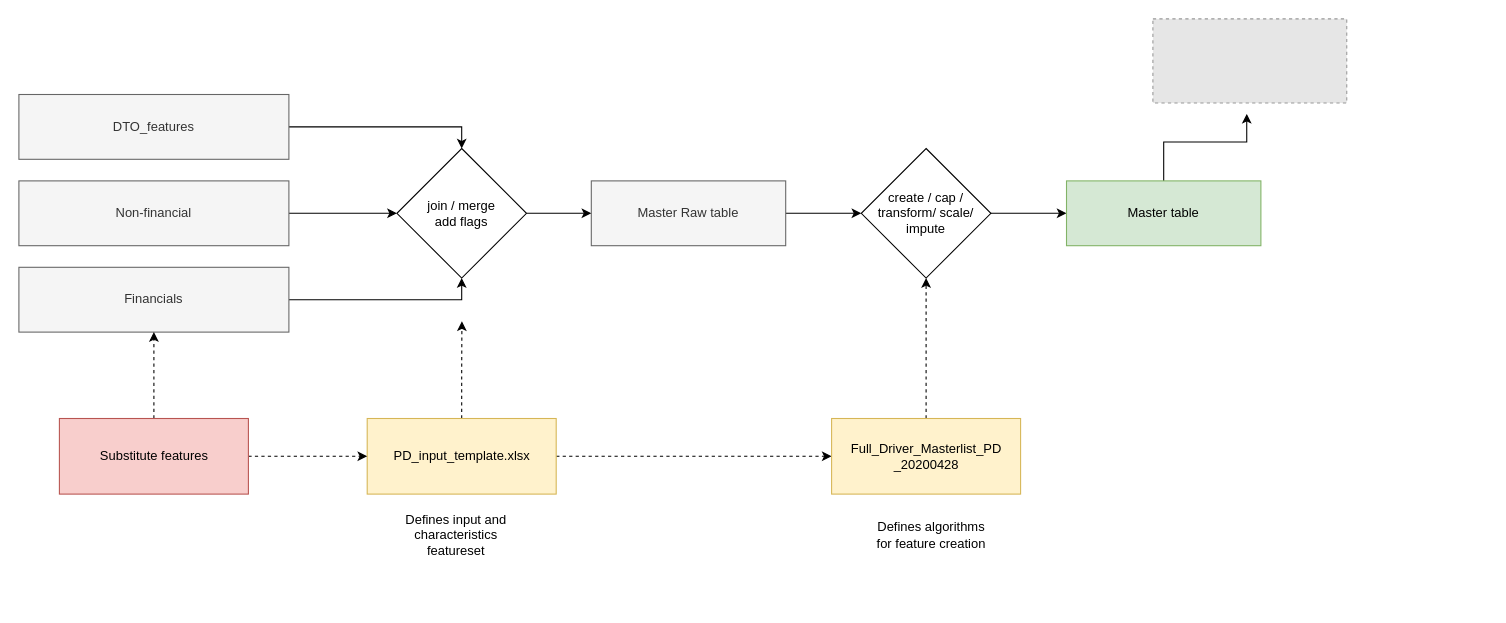
Above: capital_feasibility_flow.drawio in mhux2000/100-pandas-puzzles (draw.io), before the change. Source tidied: cells renumbered, new cells numbered last; positions are measured from the earlier drawing's top-left corner, leaving out a move shared by most shapes. Both pictures are drawn from the tidied source at 108%, with x=0, y=0 at pixel (18, 18). Pictures stored in the file or linked from it are replaced by grey dashed boxes.
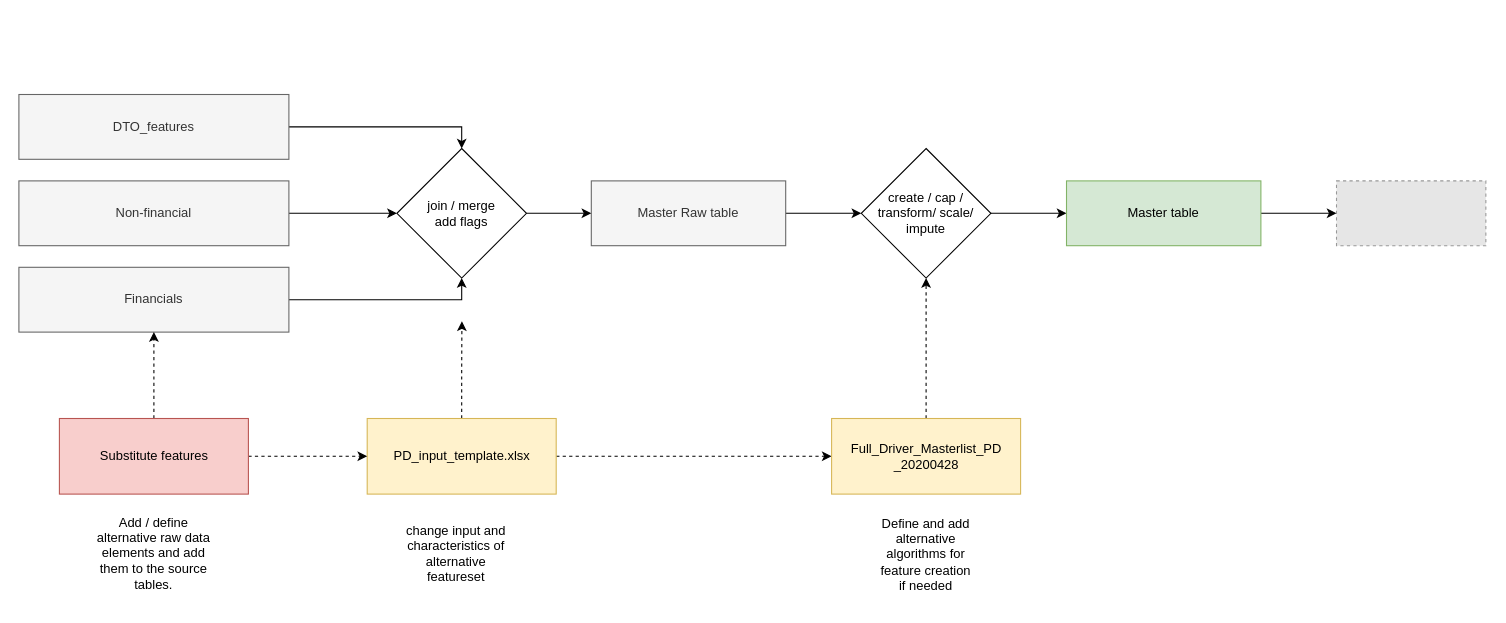
The same diagram, later.

The change refers to these unchanged cells:
```xml
<mxCell id="25" value="Master table" style="rounded=0;whiteSpace=wrap;html=1;fillColor=#d5e8d4;strokeColor=#82b366;" parent="1" vertex="1">
  <mxGeometry x="970" y="150" width="180" height="60" as="geometry" />
</mxCell>
```

Diff of the diagram source:
```diff
@@
-    <mxCell id="20" value="Defines input and characteristics featureset" style="text;html=1;strokeColor=none;fillColor=none;align=center;verticalAlign=middle;whiteSpace=wrap;rounded=0;" parent="1" vertex="1">
-      <mxGeometry x="350" y="450" width="110" height="55" as="geometry" />
+    <mxCell id="20" value="change input and characteristics of alternative featureset" style="text;html=1;strokeColor=none;fillColor=none;align=center;verticalAlign=middle;whiteSpace=wrap;rounded=0;" parent="1" vertex="1">
+      <mxGeometry x="350" y="460" width="110" height="70" as="geometry" />
     </mxCell>
-    <mxCell id="21" value="Defines algorithms for feature creation" style="text;html=1;strokeColor=none;fillColor=none;align=center;verticalAlign=middle;whiteSpace=wrap;rounded=0;" parent="1" vertex="1">
-      <mxGeometry x="790" y="450" width="110" height="55" as="geometry" />
+    <mxCell id="21" value="Define and add alternative algorithms for feature creation&lt;br&gt;if needed" style="text;html=1;strokeColor=none;fillColor=none;align=center;verticalAlign=middle;whiteSpace=wrap;rounded=0;" parent="1" vertex="1">
+      <mxGeometry x="785" y="450" width="110" height="92.5" as="geometry" />
     </mxCell>
@@
-    <mxCell id="24" style="edgeStyle=orthogonalEdgeStyle;rounded=0;jettySize=auto;html=1;exitX=0.5;exitY=0;exitDx=0;exitDy=0;entryX=0.484;entryY=1.129;entryDx=0;entryDy=0;entryPerimeter=0;" parent="1" edge="1" source="25" target="26">
+    <mxCell id="24" style="edgeStyle=orthogonalEdgeStyle;rounded=0;jettySize=auto;html=1;exitX=1;exitY=0.5;exitDx=0;exitDy=0;entryX=0;entryY=0.5;entryDx=0;entryDy=0;" parent="1" edge="1" source="25" target="26">
       <mxGeometry relative="1" as="geometry" />
     </mxCell>
@@
     <mxCell id="26" style="fillColor=#E6E6E6;strokeColor=#999999;dashed=1;verticalLabelPosition=bottom;labelBackgroundColor=#ffffff;verticalAlign=top;" parent="1" vertex="1">
-      <mxGeometry x="1050" width="179.5" height="77.9" as="geometry" />
+      <mxGeometry x="1220" y="150" width="138.3" height="60" as="geometry" />
     </mxCell>
+    <mxCell id="27" value="Add / define alternative raw data elements and add them to the source tables." style="text;html=1;strokeColor=none;fillColor=none;align=center;verticalAlign=middle;whiteSpace=wrap;rounded=0;" parent="1" vertex="1">
+      <mxGeometry x="70" y="450" width="110" height="90" as="geometry" />
+    </mxCell>
```
